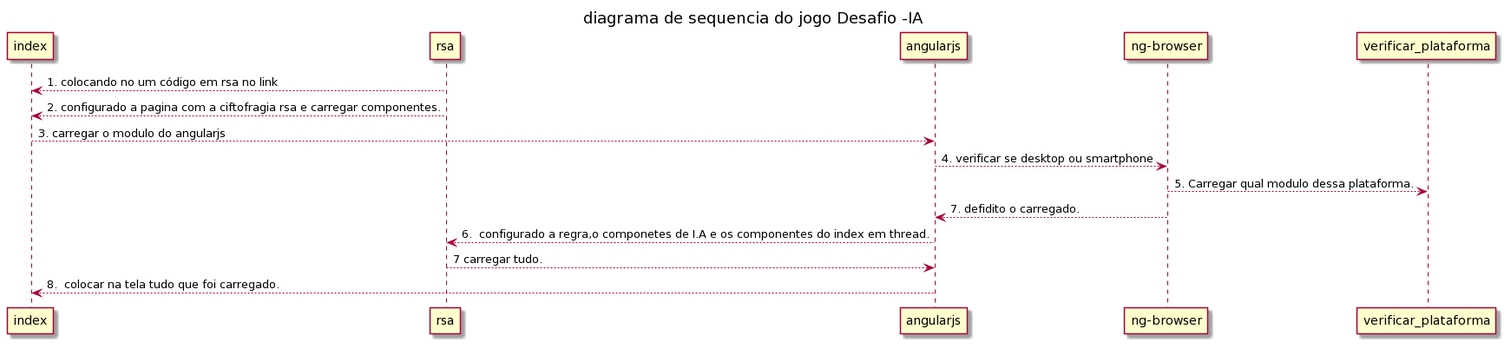
guimaraesprogramador/Desafio keeps this PlantUML diagram as imagens/diagrama de sequencia do jogo.png. Above is the earlier version.
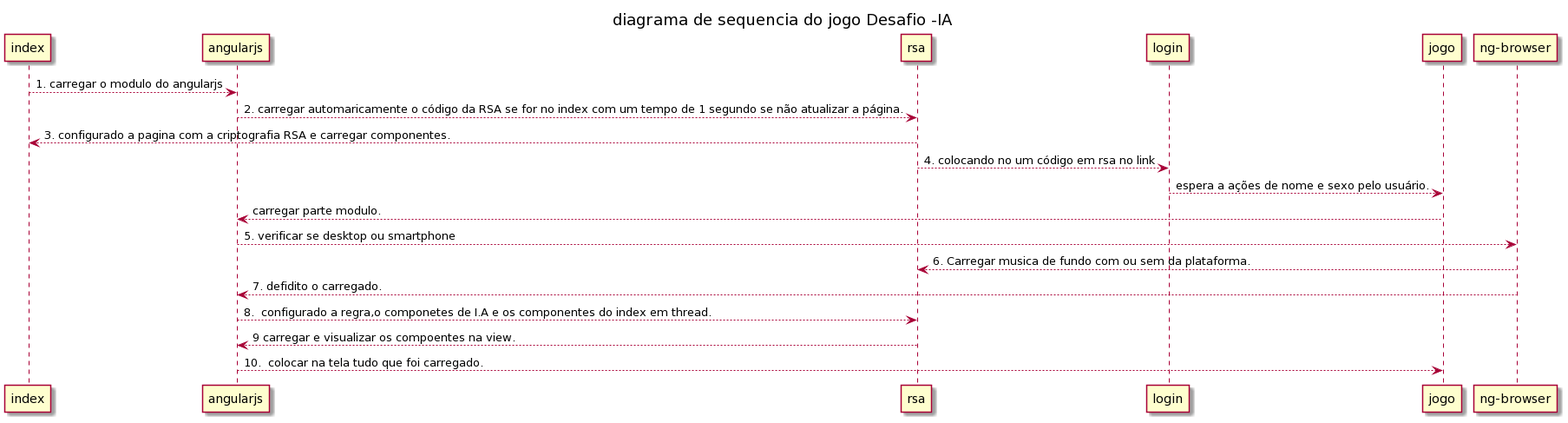
After the commit.

Commit message:
Algumas modificações no diagrama de sequencia e classe.

What changed in the source:
```diff
@@ -1,12 +1,16 @@
 @startuml
 title diagrama de sequencia do jogo Desafio -IA
-"index" <-- "rsa":1. colocando no um código em rsa no link
-"rsa" -->"index": 2. configurado a pagina com a ciftofragia rsa e carregar componentes.
-"index" --> "angularjs":3. carregar o modulo do angularjs
-"angularjs" -->"ng-browser":4. verificar se desktop ou smartphone
-"ng-browser"-->"verificar_plataforma":5. Carregar qual modulo dessa plataforma.
+"index" --> "angularjs":1. carregar o modulo do angularjs
+"angularjs" -->"rsa":2. carregar automaricamente o código da RSA se for no index com um tempo de 1 segundo se não atualizar a página.
+"rsa" -->"index": 3. configurado a pagina com a criptografia RSA e carregar componentes.
+"login" <-- "rsa":4. colocando no um código em rsa no link
+"login" --> "jogo": espera a ações de nome e sexo pelo usuário.
+"jogo" --> "angularjs": carregar parte modulo.
+
+"angularjs" -->"ng-browser":5. verificar se desktop ou smartphone
+"ng-browser"-->"rsa":6. Carregar musica de fundo com ou sem da plataforma.
 "ng-browser"  --> "angularjs": 7. defidito o carregado.
-"rsa" <-- "angularjs":6.  configurado a regra,o componetes de I.A e os componentes do index em thread.
-"rsa" --> "angularjs":7 carregar tudo.
-"angularjs" -->"index" :8.  colocar na tela tudo que foi carregado.
+"rsa" <-- "angularjs":8.  configurado a regra,o componetes de I.A e os componentes do index em thread.
+"rsa" --> "angularjs":9 carregar e visualizar os compoentes na view.
+"angularjs" -->"jogo" :10.  colocar na tela tudo que foi carregado.
 @enduml
```
